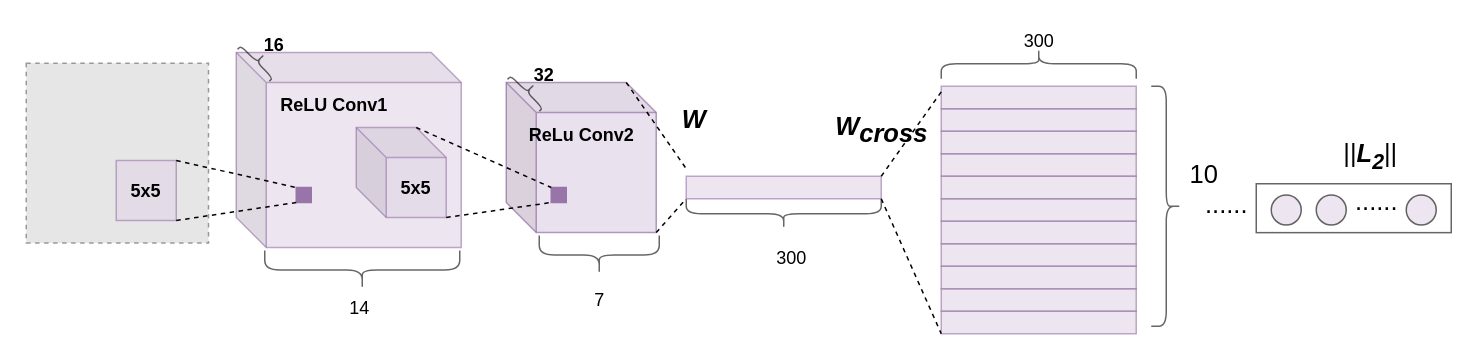
This is kaiti.drawio from AmeGong/drawio, a draw.io file, before an edit. Source tidied: cells renumbered, new cells numbered last; positions are measured from the earlier drawing's top-left corner, leaving out a move shared by most shapes. Both pictures are drawn from the tidied source at 150%, with x=0, y=0 at pixel (26, -34). Pictures stored in the file or linked from it are replaced by grey dashed boxes.
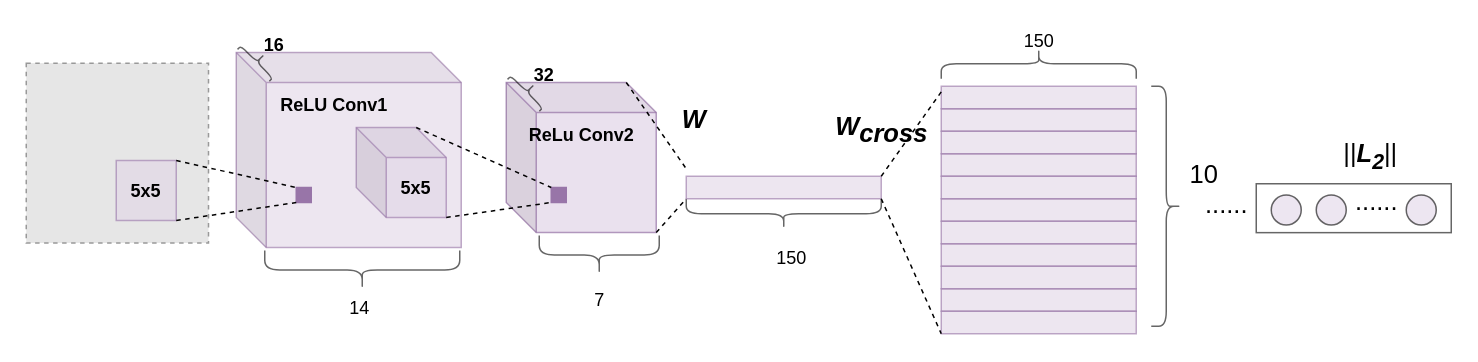
The same diagram, later.

Change to the diagram source:
```diff
@@
-    <mxCell id="26" value="300" style="text;html=1;align=center;verticalAlign=middle;" parent="1" vertex="1">
-      <mxGeometry x="490" y="185" width="40" height="20" as="geometry" />
+    <mxCell id="26" value="150" style="text;html=1;align=center;verticalAlign=middle;" parent="1" vertex="1">
+      <mxGeometry x="495" y="186" width="30" height="18" as="geometry" />
     </mxCell>
@@
-    <mxCell id="46" value="300" style="text;html=1;align=center;verticalAlign=middle;" parent="1" vertex="1">
-      <mxGeometry x="655" y="40" width="40" height="20" as="geometry" />
+    <mxCell id="46" value="150" style="text;html=1;align=center;verticalAlign=middle;" parent="1" vertex="1">
+      <mxGeometry x="660" y="41" width="30" height="18" as="geometry" />
     </mxCell>
```
